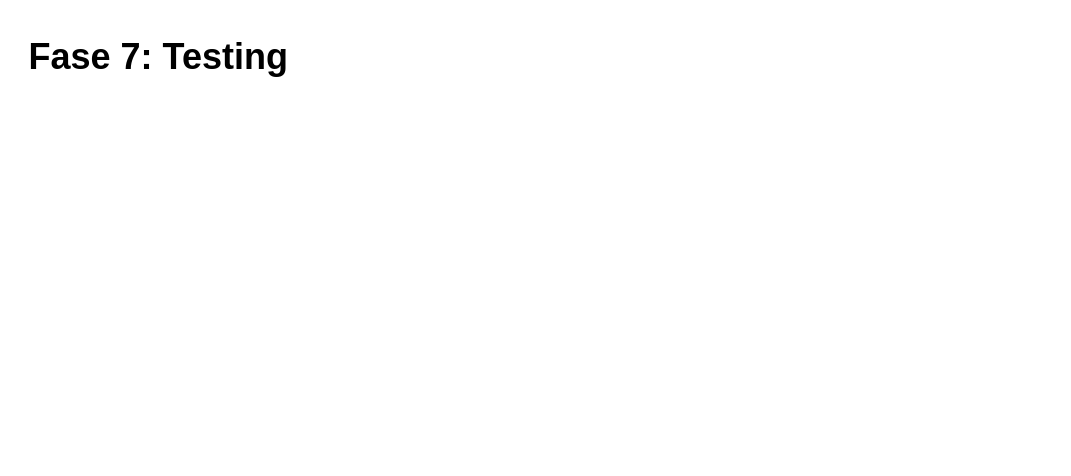
Above: page "Parte 7 - Testing" (7 of 8) of organigramma-aziendale.drawio in riccardo-florio/organigramma_aziendale (draw.io), before the change. Source tidied: cells renumbered, new cells numbered last; positions are measured from the earlier drawing's top-left corner, leaving out a move shared by most shapes. Both pictures are drawn from the tidied source at 150%, with x=0, y=0 at pixel (26, 26).
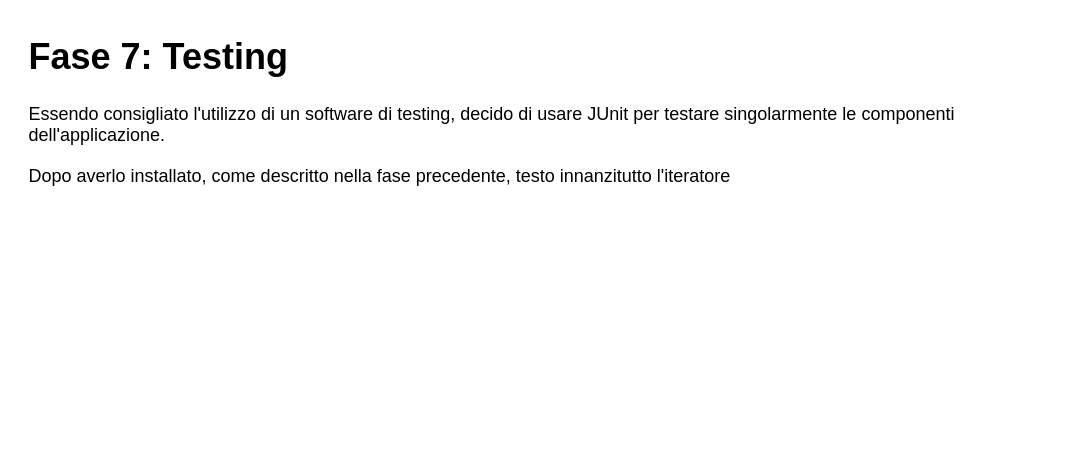
Above is the later version.

What changed in the source:
```diff
@@
 <mxGraphModel>
   <root>
     <mxCell id="0" />
     <mxCell id="1" parent="0" />
-    <mxCell id="2" value="&lt;h1 style=&quot;margin-top: 0px;&quot;&gt;Fase 7: Testing&lt;/h1&gt;&lt;p&gt;&lt;br&gt;&lt;/p&gt;" style="text;html=1;whiteSpace=wrap;overflow=hidden;rounded=0;" parent="1" vertex="1">
+    <mxCell id="2" value="&lt;h1 style=&quot;margin-top: 0px;&quot;&gt;Fase 7: Testing&lt;/h1&gt;&lt;p&gt;Essendo consigliato l'utilizzo di un software di testing, decido di usare JUnit per testare singolarmente le componenti dell'applicazione.&amp;nbsp;&lt;/p&gt;&lt;p&gt;Dopo averlo installato, come descritto nella fase precedente, testo innanzitutto l'iteratore&lt;/p&gt;" style="text;html=1;whiteSpace=wrap;overflow=hidden;rounded=0;" parent="1" vertex="1">
       <mxGeometry width="680" height="280" as="geometry" />
     </mxCell>
   </root>
 </mxGraphModel>
```
